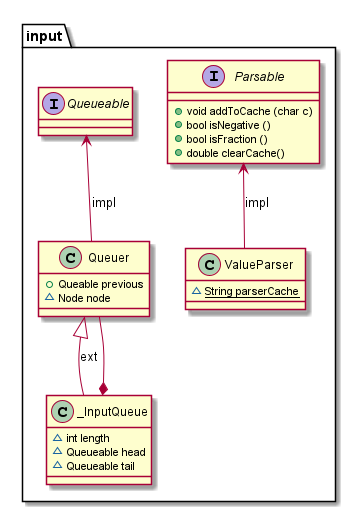
The PlantUML diagram src/main/resources/static/package_input_structure.png in vitalispopoff/calculator, before a commit.
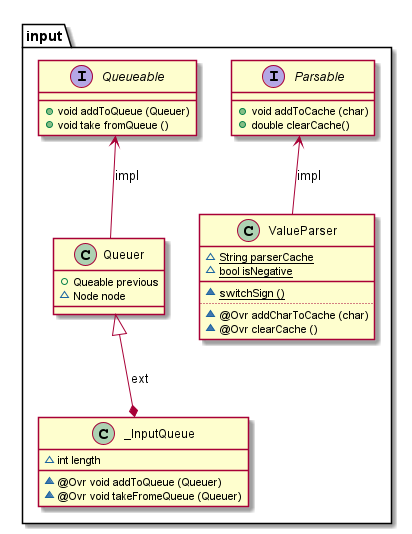
Later version of the same file.

What changed in the source:
```diff
@@ -3,23 +3,30 @@
 package input{
 
     interface Parsable{
-            +{method} void addToCache (char c)
-            +{method} bool isNegative ()
-            +{method} bool isFraction ()
+            +{method} void addToCache (char)
             +{method} double clearCache()
     }
 
     class ValueParser{
             ~{field}{static} String parserCache
+            ~{field}{static} bool isNegative
+            __
+            ~{method}{static}switchSign ()
+            ..
+            ~{method} @Ovr addCharToCache (char)
+            ~{method} @Ovr clearCache ()
     }
 
     interface Queueable{
+            +{method} void addToQueue (Queuer)
+            +{method} void take fromQueue ()
     }
 
     class _InputQueue{
             ~{field} int length
-            ~{field} Queueable head
-            ~{field} Queueable tail
+            __
+            ~{method} @Ovr void addToQueue (Queuer)
+            ~{method} @Ovr void takeFromeQueue (Queuer)
     }
 
     class Queuer{
@@ -28,8 +35,7 @@
     }
 
     Parsable        <--     ValueParser     : impl
-    Queuer          <|--    _InputQueue     : ext
-    Queuer          --*     _InputQueue
+    Queuer          <|--*    _InputQueue     : ext
     Queueable       <--     Queuer          : impl
 
 @enduml
```
